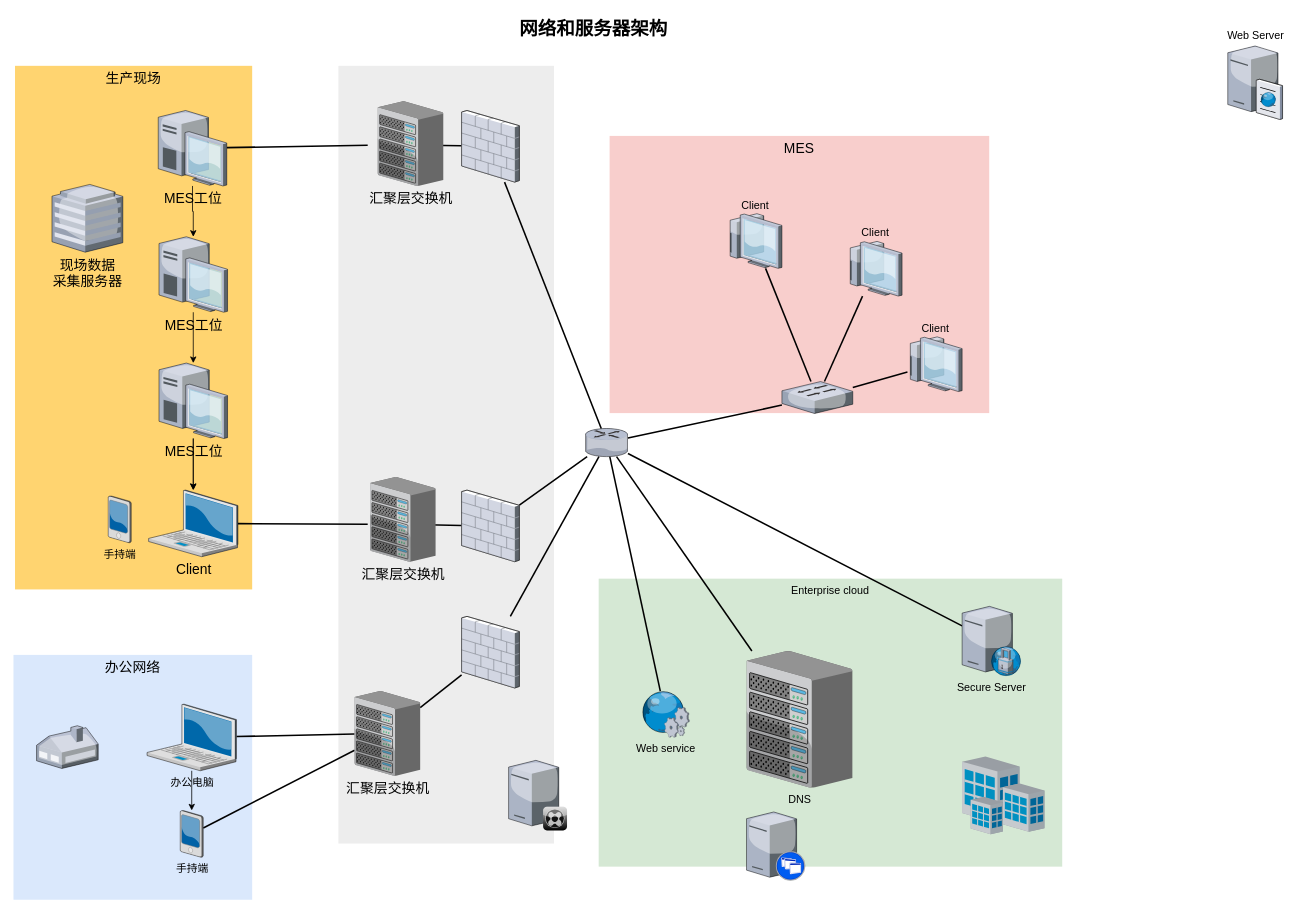
The draw.io diagram 未命名绘图.drawio in zqxiao/blog, before the edit. Source tidied: cells renumbered, new cells numbered last; positions are measured from the earlier drawing's top-left corner, leaving out a move shared by most shapes. Both pictures are drawn from the tidied source at 77%, with x=0, y=0 at pixel (13, 13).
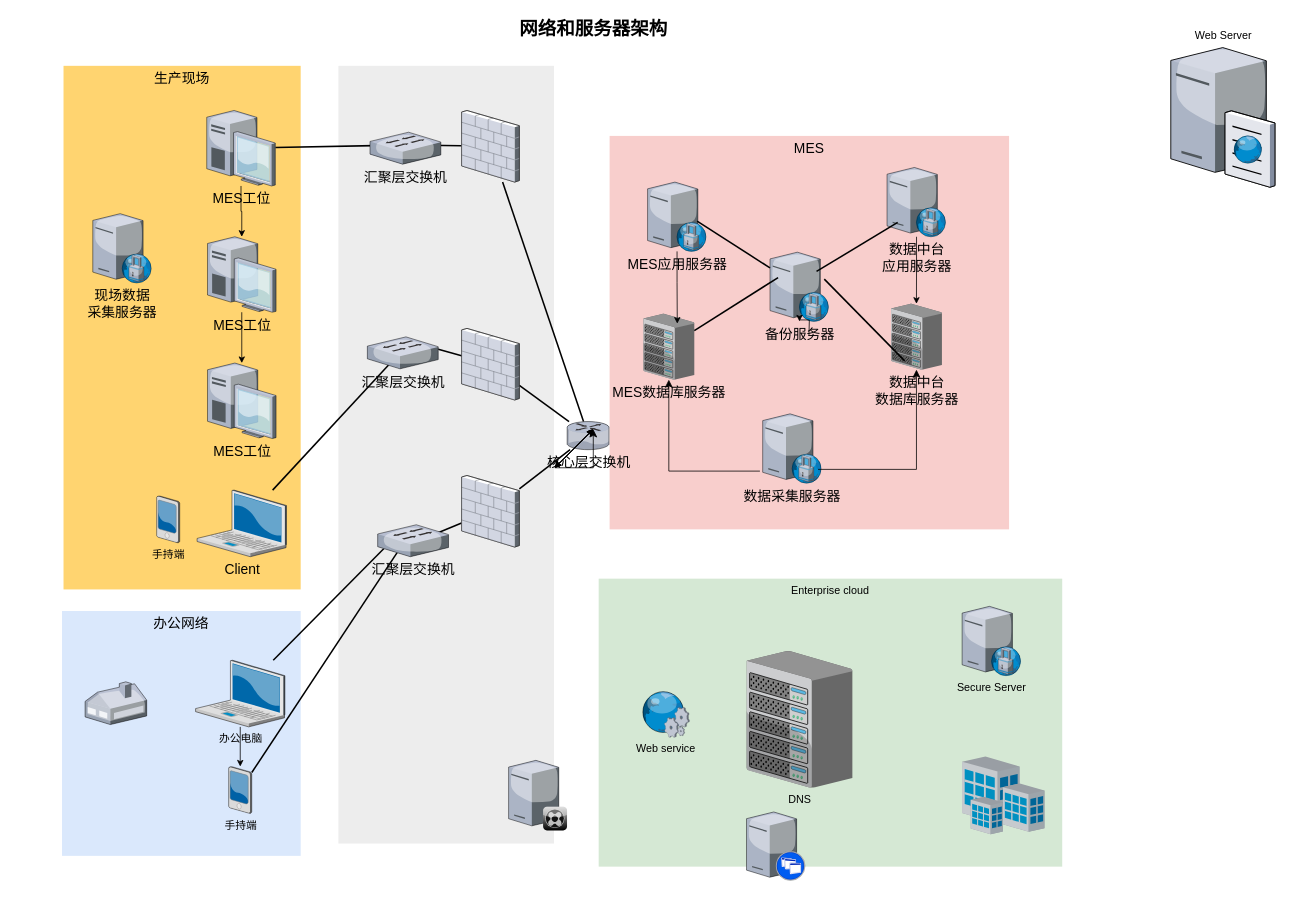
After the change.

Commit message (it also covers changes not shown here):
更新未命名绘图.drawio

The change refers to these unchanged cells:
```xml
<mxCell id="30" value="DNS" style="verticalLabelPosition=bottom;html=1;verticalAlign=top;strokeColor=none;shape=mxgraph.citrix.chassis;fillColor=#66B2FF;gradientColor=#0066CC;fontSize=14;" parent="1" vertex="1">
  <mxGeometry x="952" y="828" width="137.5" height="177.5" as="geometry" />
</mxCell>
<mxCell id="39" value="Secure Server" style="verticalLabelPosition=bottom;html=1;verticalAlign=top;strokeColor=none;shape=mxgraph.citrix.proxy_server;fillColor=#66B2FF;gradientColor=#0066CC;fontSize=14;" parent="1" vertex="1">
  <mxGeometry x="1232" y="770" width="76.5" height="90" as="geometry" />
</mxCell>
<mxCell id="48" value="Web service" style="verticalLabelPosition=bottom;html=1;verticalAlign=top;strokeColor=none;shape=mxgraph.citrix.web_service;fillColor=#66B2FF;gradientColor=#0066CC;fontSize=14;" parent="1" vertex="1">
  <mxGeometry x="815" y="880" width="63" height="60" as="geometry" />
</mxCell>
```

The edit, as a diff of the source:
```diff
@@
     <mxCell id="2" value="MES" style="whiteSpace=wrap;html=1;fillColor=#f8cecc;fontSize=18;strokeColor=none;verticalAlign=top;" parent="1" vertex="1">
-      <mxGeometry x="774.2" y="159" width="493" height="360" as="geometry" />
+      <mxGeometry x="774.2" y="159" width="518.8" height="511" as="geometry" />
     </mxCell>
@@
     <mxCell id="5" value="办公网络" style="whiteSpace=wrap;html=1;fillColor=#dae8fc;fontSize=18;strokeColor=none;verticalAlign=top;" parent="1" vertex="1">
-      <mxGeometry y="833" width="310" height="318" as="geometry" />
+      <mxGeometry x="63" y="776" width="310" height="318" as="geometry" />
     </mxCell>
     <mxCell id="6" value="&lt;font&gt;生产现场&lt;/font&gt;" style="whiteSpace=wrap;html=1;fillColor=#FFD470;gradientColor=none;fontSize=18;strokeColor=none;verticalAlign=top;" parent="1" vertex="1">
-      <mxGeometry x="2" y="68" width="308" height="680" as="geometry" />
+      <mxGeometry x="65" y="68" width="308" height="680" as="geometry" />
     </mxCell>
-    <mxCell id="7" style="edgeStyle=none;rounded=0;html=1;startSize=10;endSize=10;jettySize=auto;fontSize=14;endArrow=none;endFill=0;strokeWidth=2;" parent="1" edge="1" source="9" target="53">
+    <mxCell id="7" style="edgeStyle=none;rounded=0;html=1;startSize=10;endSize=10;jettySize=auto;fontSize=14;endArrow=none;endFill=0;strokeWidth=2;entryX=0.127;entryY=0.659;entryDx=0;entryDy=0;entryPerimeter=0;" parent="1" edge="1" source="9" target="59">
       <mxGeometry relative="1" as="geometry" />
     </mxCell>
@@
     <mxCell id="9" value="办公电脑" style="verticalLabelPosition=bottom;html=1;verticalAlign=top;strokeColor=none;shape=mxgraph.citrix.laptop_2;fillColor=#66B2FF;gradientColor=#0066CC;fontSize=14;" parent="1" vertex="1">
-      <mxGeometry x="173.5" y="897" width="116" height="86.5" as="geometry" />
+      <mxGeometry x="236.5" y="840" width="116" height="86.5" as="geometry" />
     </mxCell>
-    <mxCell id="10" style="edgeStyle=none;rounded=0;html=1;startSize=10;endSize=10;jettySize=auto;fontSize=14;endArrow=none;endFill=0;strokeWidth=2;" parent="1" edge="1" source="11">
-      <mxGeometry relative="1" as="geometry">
-        <mxPoint x="460" y="663.3" as="targetPoint" />
-      </mxGeometry>
+    <mxCell id="10" style="edgeStyle=none;rounded=0;html=1;startSize=10;endSize=10;jettySize=auto;fontSize=14;endArrow=none;endFill=0;strokeWidth=2;entryX=0.332;entryY=0.8;entryDx=0;entryDy=0;entryPerimeter=0;" parent="1" edge="1" source="11" target="58">
+      <mxGeometry relative="1" as="geometry" />
     </mxCell>
     <mxCell id="11" value="Client" style="verticalLabelPosition=bottom;html=1;verticalAlign=top;strokeColor=none;shape=mxgraph.citrix.laptop_2;fillColor=#66B2FF;gradientColor=#0066CC;fontSize=18;" parent="1" vertex="1">
-      <mxGeometry x="175.5" y="619" width="116" height="86.5" as="geometry" />
+      <mxGeometry x="238.5" y="619" width="116" height="86.5" as="geometry" />
     </mxCell>
-    <mxCell id="12" style="edgeStyle=orthogonalEdgeStyle;rounded=0;jettySize=auto;html=1;" parent="1" edge="1" source="14" target="11">
-      <mxGeometry relative="1" as="geometry" />
-    </mxCell>
-    <mxCell id="13" style="edgeStyle=orthogonalEdgeStyle;rounded=0;jettySize=auto;html=1;" parent="1" edge="1" source="14" target="11">
-      <mxGeometry relative="1" as="geometry" />
-    </mxCell>
     <mxCell id="14" value="MES工位" style="verticalLabelPosition=bottom;html=1;verticalAlign=top;strokeColor=none;shape=mxgraph.citrix.desktop;fillColor=#66B2FF;gradientColor=#0066CC;fontSize=18;" parent="1" vertex="1">
-      <mxGeometry x="189" y="454" width="89" height="98" as="geometry" />
+      <mxGeometry x="252" y="454" width="89" height="98" as="geometry" />
     </mxCell>
@@
     <mxCell id="16" value="MES工位" style="verticalLabelPosition=bottom;html=1;verticalAlign=top;strokeColor=none;shape=mxgraph.citrix.desktop;fillColor=#66B2FF;gradientColor=#0066CC;fontSize=18;" parent="1" vertex="1">
-      <mxGeometry x="189" y="290" width="89" height="98" as="geometry" />
+      <mxGeometry x="252" y="290" width="89" height="98" as="geometry" />
     </mxCell>
-    <mxCell id="17" style="edgeStyle=none;rounded=0;html=1;startSize=10;endSize=10;jettySize=auto;fontSize=14;endArrow=none;endFill=0;strokeWidth=2;" parent="1" edge="1" source="19">
-      <mxGeometry relative="1" as="geometry">
-        <mxPoint x="460" y="171.1" as="targetPoint" />
-      </mxGeometry>
+    <mxCell id="17" style="edgeStyle=none;rounded=0;html=1;startSize=10;endSize=10;jettySize=auto;fontSize=14;endArrow=none;endFill=0;strokeWidth=2;entryX=0.236;entryY=0.412;entryDx=0;entryDy=0;entryPerimeter=0;" parent="1" edge="1" source="19" target="57">
+      <mxGeometry relative="1" as="geometry" />
     </mxCell>
@@
     <mxCell id="19" value="MES工位" style="verticalLabelPosition=bottom;html=1;verticalAlign=top;strokeColor=none;shape=mxgraph.citrix.desktop;fillColor=#66B2FF;gradientColor=#0066CC;fontSize=18;" parent="1" vertex="1">
-      <mxGeometry x="188" y="126" width="89" height="98" as="geometry" />
+      <mxGeometry x="251" y="126" width="89" height="98" as="geometry" />
     </mxCell>
-    <mxCell id="20" style="edgeStyle=none;rounded=0;html=1;startSize=10;endSize=10;jettySize=auto;fontSize=14;endArrow=none;endFill=0;strokeWidth=2;" parent="1" edge="1" source="21" target="53">
+    <mxCell id="20" style="edgeStyle=none;rounded=0;html=1;startSize=10;endSize=10;jettySize=auto;fontSize=14;endArrow=none;endFill=0;strokeWidth=2;entryX=0.286;entryY=0.835;entryDx=0;entryDy=0;entryPerimeter=0;" parent="1" edge="1" source="21" target="59">
       <mxGeometry relative="1" as="geometry" />
     </mxCell>
     <mxCell id="21" value="手持端" style="verticalLabelPosition=bottom;html=1;verticalAlign=top;strokeColor=none;shape=mxgraph.citrix.pda;fillColor=#66B2FF;gradientColor=#0066CC;fontSize=14;" parent="1" vertex="1">
-      <mxGeometry x="216.5" y="1035" width="30" height="61" as="geometry" />
+      <mxGeometry x="279.5" y="978" width="30" height="61" as="geometry" />
     </mxCell>
-    <mxCell id="22" style="edgeStyle=none;rounded=0;html=1;startSize=10;endSize=10;jettySize=auto;fontSize=14;endArrow=none;endFill=0;strokeWidth=2;" parent="1" edge="1" source="53" target="36">
-      <mxGeometry relative="1" as="geometry" />
+    <mxCell id="22" style="edgeStyle=none;rounded=0;html=1;startSize=10;endSize=10;jettySize=auto;fontSize=14;endArrow=none;endFill=0;strokeWidth=2;" parent="1" edge="1" target="36">
+      <mxGeometry relative="1" as="geometry">
+        <mxPoint x="548.2" y="675.6" as="sourcePoint" />
+      </mxGeometry>
     </mxCell>
@@
-    <mxCell id="24" style="edgeStyle=none;rounded=0;html=1;startSize=10;endSize=10;jettySize=auto;fontSize=14;endArrow=none;endFill=0;strokeWidth=2;" parent="1" edge="1" target="34">
+    <mxCell id="24" style="edgeStyle=none;rounded=0;html=1;startSize=10;endSize=10;jettySize=auto;fontSize=14;endArrow=none;endFill=0;strokeWidth=2;entryX=0.279;entryY=0.446;entryDx=0;entryDy=0;entryPerimeter=0;" parent="1" edge="1" target="34">
       <mxGeometry relative="1" as="geometry">
-        <mxPoint x="536" y="664.1" as="sourcePoint" />
+        <mxPoint x="548.2" y="435" as="sourcePoint" />
       </mxGeometry>
     </mxCell>
@@
-    <mxCell id="26" style="edgeStyle=none;rounded=0;html=1;startSize=10;endSize=10;jettySize=auto;fontSize=14;endArrow=none;endFill=0;strokeWidth=2;" parent="1" edge="1" source="29" target="30">
-      <mxGeometry relative="1" as="geometry" />
-    </mxCell>
-    <mxCell id="27" style="edgeStyle=none;rounded=0;html=1;startSize=10;endSize=10;jettySize=auto;fontSize=14;endArrow=none;endFill=0;strokeWidth=2;" parent="1" edge="1" source="29" target="43">
-      <mxGeometry relative="1" as="geometry" />
-    </mxCell>
-    <mxCell id="28" style="edgeStyle=none;rounded=0;html=1;startSize=10;endSize=10;jettySize=auto;fontSize=14;endArrow=none;endFill=0;strokeWidth=2;" parent="1" edge="1" source="29" target="39">
-      <mxGeometry relative="1" as="geometry" />
-    </mxCell>
-    <mxCell id="29" style="verticalLabelPosition=bottom;html=1;verticalAlign=top;strokeColor=none;shape=mxgraph.citrix.router;fillColor=#66B2FF;gradientColor=#0066CC;fontSize=14;" parent="1" vertex="1">
-      <mxGeometry x="743" y="539" width="55" height="36.5" as="geometry" />
+    <mxCell id="29" value="核心&lt;span style=&quot;background-color: transparent; color: light-dark(rgb(0, 0, 0), rgb(255, 255, 255));&quot;&gt;层交换机&lt;/span&gt;" style="verticalLabelPosition=bottom;html=1;verticalAlign=top;strokeColor=none;shape=mxgraph.citrix.router;fillColor=#66B2FF;gradientColor=#0066CC;fontSize=18;" parent="1" vertex="1">
+      <mxGeometry x="719" y="530" width="55" height="36.5" as="geometry" />
     </mxCell>
@@
     <mxCell id="34" style="verticalLabelPosition=bottom;html=1;verticalAlign=top;strokeColor=none;shape=mxgraph.citrix.firewall;fillColor=#66B2FF;gradientColor=#0066CC;fontSize=14;" parent="1" vertex="1">
-      <mxGeometry x="582" y="619" width="75" height="93" as="geometry" />
+      <mxGeometry x="582" y="409" width="75" height="93" as="geometry" />
     </mxCell>
@@
     <mxCell id="36" style="verticalLabelPosition=bottom;html=1;verticalAlign=top;strokeColor=none;shape=mxgraph.citrix.firewall;fillColor=#66B2FF;gradientColor=#0066CC;fontSize=14;" parent="1" vertex="1">
-      <mxGeometry x="582" y="783" width="75" height="93" as="geometry" />
+      <mxGeometry x="582" y="600" width="75" height="93" as="geometry" />
     </mxCell>
     <mxCell id="37" style="verticalLabelPosition=bottom;html=1;verticalAlign=top;strokeColor=none;shape=mxgraph.citrix.home_office;fillColor=#66B2FF;gradientColor=#0066CC;fontSize=14;" parent="1" vertex="1">
-      <mxGeometry x="30" y="925" width="80" height="55.5" as="geometry" />
+      <mxGeometry x="93" y="868" width="80" height="55.5" as="geometry" />
     </mxCell>
-    <mxCell id="38" value="现场数据&lt;div&gt;采集服务器&lt;/div&gt;" style="verticalLabelPosition=bottom;html=1;verticalAlign=top;strokeColor=none;shape=mxgraph.citrix.hq_enterprise;fillColor=#66B2FF;gradientColor=#0066CC;fontSize=18;" parent="1" vertex="1">
-      <mxGeometry x="50" y="222" width="92" height="88" as="geometry" />
-    </mxCell>
@@
-    <mxCell id="40" style="edgeStyle=none;rounded=0;html=1;startSize=10;endSize=10;jettySize=auto;fontSize=14;endArrow=none;endFill=0;strokeWidth=2;" parent="1" edge="1" source="43" target="46">
-      <mxGeometry relative="1" as="geometry" />
-    </mxCell>
-    <mxCell id="41" style="edgeStyle=none;rounded=0;html=1;startSize=10;endSize=10;jettySize=auto;fontSize=14;endArrow=none;endFill=0;strokeWidth=2;" parent="1" edge="1" source="43" target="45">
-      <mxGeometry relative="1" as="geometry" />
-    </mxCell>
-    <mxCell id="42" style="edgeStyle=none;rounded=0;html=1;startSize=10;endSize=10;jettySize=auto;fontSize=14;endArrow=none;endFill=0;strokeWidth=2;" parent="1" edge="1" source="43" target="44">
-      <mxGeometry relative="1" as="geometry" />
-    </mxCell>
-    <mxCell id="43" style="verticalLabelPosition=bottom;html=1;verticalAlign=top;strokeColor=none;shape=mxgraph.citrix.switch;fillColor=#66B2FF;gradientColor=#0066CC;fontSize=14;" parent="1" vertex="1">
-      <mxGeometry x="998" y="478" width="92" height="41.5" as="geometry" />
-    </mxCell>
-    <mxCell id="44" value="Client" style="verticalLabelPosition=top;html=1;verticalAlign=bottom;strokeColor=none;shape=mxgraph.citrix.thin_client;fillColor=#66B2FF;gradientColor=#0066CC;fontSize=14;labelPosition=center;align=center;" parent="1" vertex="1">
-      <mxGeometry x="1161" y="420" width="71" height="71" as="geometry" />
-    </mxCell>
-    <mxCell id="45" value="Client" style="verticalLabelPosition=top;html=1;verticalAlign=bottom;strokeColor=none;shape=mxgraph.citrix.thin_client;fillColor=#66B2FF;gradientColor=#0066CC;fontSize=14;labelPosition=center;align=center;" parent="1" vertex="1">
-      <mxGeometry x="1083" y="296" width="71" height="71" as="geometry" />
-    </mxCell>
-    <mxCell id="46" value="Client" style="verticalLabelPosition=top;html=1;verticalAlign=bottom;strokeColor=none;shape=mxgraph.citrix.thin_client;fillColor=#66B2FF;gradientColor=#0066CC;fontSize=14;labelPosition=center;align=center;" parent="1" vertex="1">
-      <mxGeometry x="927" y="260" width="71" height="71" as="geometry" />
-    </mxCell>
-    <mxCell id="47" style="edgeStyle=none;rounded=0;html=1;startSize=10;endSize=10;jettySize=auto;fontSize=14;endArrow=none;endFill=0;strokeWidth=2;" parent="1" edge="1" source="48" target="29">
-      <mxGeometry relative="1" as="geometry" />
-    </mxCell>
@@
-    <mxCell id="51" value="汇聚层交换机" style="verticalLabelPosition=bottom;sketch=0;html=1;verticalAlign=top;strokeColor=none;align=center;shape=mxgraph.citrix.chassis;fontSize=18;" parent="1" vertex="1">
-      <mxGeometry x="473" y="114" width="85.2" height="110" as="geometry" />
-    </mxCell>
-    <mxCell id="52" value="汇聚层交换机" style="verticalLabelPosition=bottom;sketch=0;html=1;verticalAlign=top;strokeColor=none;align=center;shape=mxgraph.citrix.chassis;fontSize=18;" parent="1" vertex="1">
-      <mxGeometry x="463" y="602" width="85.2" height="110" as="geometry" />
-    </mxCell>
-    <mxCell id="53" value="汇聚层交换机" style="verticalLabelPosition=bottom;sketch=0;html=1;verticalAlign=top;strokeColor=none;align=center;outlineConnect=0;shape=mxgraph.citrix.chassis;fontSize=18;" parent="1" vertex="1">
-      <mxGeometry x="443" y="880" width="85.2" height="110" as="geometry" />
-    </mxCell>
@@
     <mxCell id="55" value="手持端" style="verticalLabelPosition=bottom;html=1;verticalAlign=top;strokeColor=none;shape=mxgraph.citrix.pda;fillColor=#66B2FF;gradientColor=#0066CC;fontSize=14;" parent="1" vertex="1">
-      <mxGeometry x="123" y="626.5" width="30" height="61" as="geometry" />
+      <mxGeometry x="186" y="626.5" width="30" height="61" as="geometry" />
     </mxCell>
     <mxCell id="56" value="Web Server" style="verticalLabelPosition=top;html=1;verticalAlign=bottom;strokeColor=none;shape=mxgraph.citrix.cache_server;fillColor=#66B2FF;gradientColor=#0066CC;fontSize=14;labelPosition=center;align=center;" parent="1" vertex="1">
-      <mxGeometry x="1577" y="40" width="71" height="97.5" as="geometry" />
+      <mxGeometry x="1503" y="40" width="135" height="185.4" as="geometry" />
     </mxCell>
+    <mxCell id="57" value="汇聚层交换机" style="verticalLabelPosition=bottom;html=1;verticalAlign=top;strokeColor=none;shape=mxgraph.citrix.switch;fillColor=#66B2FF;gradientColor=#0066CC;fontSize=18;" parent="1" vertex="1">
+      <mxGeometry x="463" y="154.2" width="92" height="41.5" as="geometry" />
+    </mxCell>
+    <mxCell id="58" value="汇聚层交换机" style="verticalLabelPosition=bottom;html=1;verticalAlign=top;strokeColor=none;shape=mxgraph.citrix.switch;fillColor=#66B2FF;gradientColor=#0066CC;fontSize=18;" parent="1" vertex="1">
+      <mxGeometry x="459.6" y="420" width="92" height="41.5" as="geometry" />
+    </mxCell>
+    <mxCell id="59" value="汇聚层交换机" style="verticalLabelPosition=bottom;html=1;verticalAlign=top;strokeColor=none;shape=mxgraph.citrix.switch;fillColor=#66B2FF;gradientColor=#0066CC;fontSize=18;" parent="1" vertex="1">
+      <mxGeometry x="473" y="664" width="92" height="41.5" as="geometry" />
+    </mxCell>
+    <mxCell id="60" value="MES数据库服务器" style="verticalLabelPosition=bottom;html=1;verticalAlign=top;strokeColor=none;shape=mxgraph.citrix.chassis;fillColor=#66B2FF;gradientColor=#0066CC;fontSize=18;" parent="1" vertex="1">
+      <mxGeometry x="818" y="390" width="66.2" height="85.5" as="geometry" />
+    </mxCell>
+    <mxCell id="61" value="MES应用服务器" style="verticalLabelPosition=bottom;html=1;verticalAlign=top;strokeColor=none;shape=mxgraph.citrix.proxy_server;fillColor=#66B2FF;gradientColor=#0066CC;fontSize=18;" parent="1" vertex="1">
+      <mxGeometry x="823.5" y="219" width="76.5" height="90" as="geometry" />
+    </mxCell>
+    <mxCell id="62" value="数据中台&lt;div&gt;数据库服务器&lt;/div&gt;" style="verticalLabelPosition=bottom;html=1;verticalAlign=top;strokeColor=none;shape=mxgraph.citrix.chassis;fillColor=#66B2FF;gradientColor=#0066CC;fontSize=18;" parent="1" vertex="1">
+      <mxGeometry x="1139.6" y="377" width="66.2" height="85.5" as="geometry" />
+    </mxCell>
+    <mxCell id="63" style="edgeStyle=orthogonalEdgeStyle;rounded=0;jettySize=auto;html=1;" parent="1" edge="1" source="64" target="62">
+      <mxGeometry relative="1" as="geometry" />
+    </mxCell>
+    <mxCell id="64" value="数据中台&lt;div&gt;应用服务器&lt;/div&gt;" style="verticalLabelPosition=bottom;html=1;verticalAlign=top;strokeColor=none;shape=mxgraph.citrix.proxy_server;fillColor=#66B2FF;gradientColor=#0066CC;fontSize=18;" parent="1" vertex="1">
+      <mxGeometry x="1134.5" y="200" width="76.5" height="90" as="geometry" />
+    </mxCell>
+    <mxCell id="65" style="edgeStyle=orthogonalEdgeStyle;rounded=0;jettySize=auto;html=1;entryX=0.666;entryY=0.15;entryDx=0;entryDy=0;entryPerimeter=0;" parent="1" edge="1" source="61" target="60">
+      <mxGeometry relative="1" as="geometry" />
+    </mxCell>
+    <mxCell id="66" value="备份服务器" style="verticalLabelPosition=bottom;html=1;verticalAlign=top;strokeColor=none;shape=mxgraph.citrix.proxy_server;fillColor=#66B2FF;gradientColor=#0066CC;fontSize=18;" parent="1" vertex="1">
+      <mxGeometry x="982.5" y="310" width="76.5" height="90" as="geometry" />
+    </mxCell>
+    <mxCell id="67" style="edgeStyle=orthogonalEdgeStyle;rounded=0;jettySize=auto;html=1;" parent="1" edge="1" target="66">
+      <mxGeometry relative="1" as="geometry">
+        <mxPoint x="1033.1" y="418" as="sourcePoint" />
+      </mxGeometry>
+    </mxCell>
+    <mxCell id="68" style="endArrow=classic;startArrow=classic;html=1;rounded=0;" parent="1" edge="1">
+      <mxGeometry relative="1" as="geometry">
+        <mxPoint x="703" y="590" as="sourcePoint" />
+        <mxPoint x="753" y="540" as="targetPoint" />
+      </mxGeometry>
+    </mxCell>
+    <mxCell id="69" style="endArrow=classic;startArrow=classic;html=1;rounded=0;" parent="1" edge="1">
+      <mxGeometry relative="1" as="geometry">
+        <mxPoint x="703" y="590" as="sourcePoint" />
+        <mxPoint x="753" y="540" as="targetPoint" />
+      </mxGeometry>
+    </mxCell>
+    <mxCell id="70" style="endArrow=classic;startArrow=classic;html=1;rounded=0;" parent="1" edge="1">
+      <mxGeometry relative="1" as="geometry">
+        <mxPoint x="703" y="590" as="sourcePoint" />
+        <mxPoint x="753" y="540" as="targetPoint" />
+      </mxGeometry>
+    </mxCell>
+    <mxCell id="71" style="endArrow=classic;startArrow=classic;html=1;rounded=0;" parent="1" edge="1">
+      <mxGeometry relative="1" as="geometry">
+        <mxPoint x="703" y="590" as="sourcePoint" />
+        <mxPoint x="753" y="540" as="targetPoint" />
+      </mxGeometry>
+    </mxCell>
+    <mxCell id="72" style="endArrow=classic;startArrow=classic;html=1;rounded=0;" parent="1" edge="1">
+      <mxGeometry relative="1" as="geometry">
+        <mxPoint x="703" y="590" as="sourcePoint" />
+        <mxPoint x="753" y="540" as="targetPoint" />
+      </mxGeometry>
+    </mxCell>
+    <mxCell id="73" style="edgeStyle=none;rounded=0;html=1;startSize=10;endSize=10;jettySize=auto;fontSize=14;endArrow=none;endFill=0;strokeWidth=2;exitX=0.841;exitY=0.562;exitDx=0;exitDy=0;exitPerimeter=0;" parent="1" edge="1" source="61" target="66">
+      <mxGeometry relative="1" as="geometry" />
+    </mxCell>
+    <mxCell id="74" style="edgeStyle=none;rounded=0;html=1;startSize=10;endSize=10;jettySize=auto;fontSize=14;endArrow=none;endFill=0;strokeWidth=2;exitX=0.181;exitY=0.793;exitDx=0;exitDy=0;exitPerimeter=0;entryX=0.79;entryY=0.278;entryDx=0;entryDy=0;entryPerimeter=0;" parent="1" edge="1" source="64" target="66">
+      <mxGeometry relative="1" as="geometry" />
+    </mxCell>
+    <mxCell id="75" style="edgeStyle=none;rounded=0;html=1;startSize=10;endSize=10;jettySize=auto;fontSize=14;endArrow=none;endFill=0;strokeWidth=2;exitX=0.269;exitY=0.867;exitDx=0;exitDy=0;exitPerimeter=0;entryX=0.79;entryY=0.278;entryDx=0;entryDy=0;entryPerimeter=0;" parent="1" edge="1" source="62">
+      <mxGeometry relative="1" as="geometry">
+        <mxPoint x="1053" y="345" as="targetPoint" />
+      </mxGeometry>
+    </mxCell>
+    <mxCell id="76" style="edgeStyle=none;rounded=0;html=1;startSize=10;endSize=10;jettySize=auto;fontSize=14;endArrow=none;endFill=0;strokeWidth=2;" parent="1" edge="1" source="60">
+      <mxGeometry relative="1" as="geometry">
+        <mxPoint x="993" y="343" as="targetPoint" />
+      </mxGeometry>
+    </mxCell>
+    <mxCell id="77" value="数据采集服务器" style="verticalLabelPosition=bottom;html=1;verticalAlign=top;strokeColor=none;shape=mxgraph.citrix.proxy_server;fillColor=#66B2FF;gradientColor=#0066CC;fontSize=18;" parent="1" vertex="1">
+      <mxGeometry x="973" y="520" width="76.5" height="90" as="geometry" />
+    </mxCell>
+    <mxCell id="78" style="edgeStyle=segmentEdgeStyle;endArrow=classic;html=1;curved=0;rounded=0;endSize=8;startSize=8;" parent="1" edge="1">
+      <mxGeometry relative="1" as="geometry">
+        <mxPoint x="703" y="590" as="sourcePoint" />
+        <mxPoint x="753" y="540" as="targetPoint" />
+      </mxGeometry>
+    </mxCell>
+    <mxCell id="79" style="edgeStyle=segmentEdgeStyle;endArrow=classic;html=1;curved=0;rounded=0;endSize=8;startSize=8;exitX=0.94;exitY=0.801;exitDx=0;exitDy=0;exitPerimeter=0;" parent="1" edge="1" source="77" target="62">
+      <mxGeometry relative="1" as="geometry" />
+    </mxCell>
+    <mxCell id="80" style="edgeStyle=segmentEdgeStyle;endArrow=classic;html=1;curved=0;rounded=0;endSize=8;startSize=8;exitX=-0.047;exitY=0.826;exitDx=0;exitDy=0;exitPerimeter=0;" parent="1" edge="1" source="77" target="60">
+      <mxGeometry relative="1" as="geometry" />
+    </mxCell>
+    <mxCell id="38" value="现场数据&lt;div&gt;采集服务器&lt;/div&gt;" style="verticalLabelPosition=bottom;html=1;verticalAlign=top;strokeColor=none;shape=mxgraph.citrix.proxy_server;fillColor=#66B2FF;gradientColor=#0066CC;fontSize=18;" parent="1" vertex="1">
+      <mxGeometry x="103" y="260" width="76.5" height="90" as="geometry" />
+    </mxCell>
```
